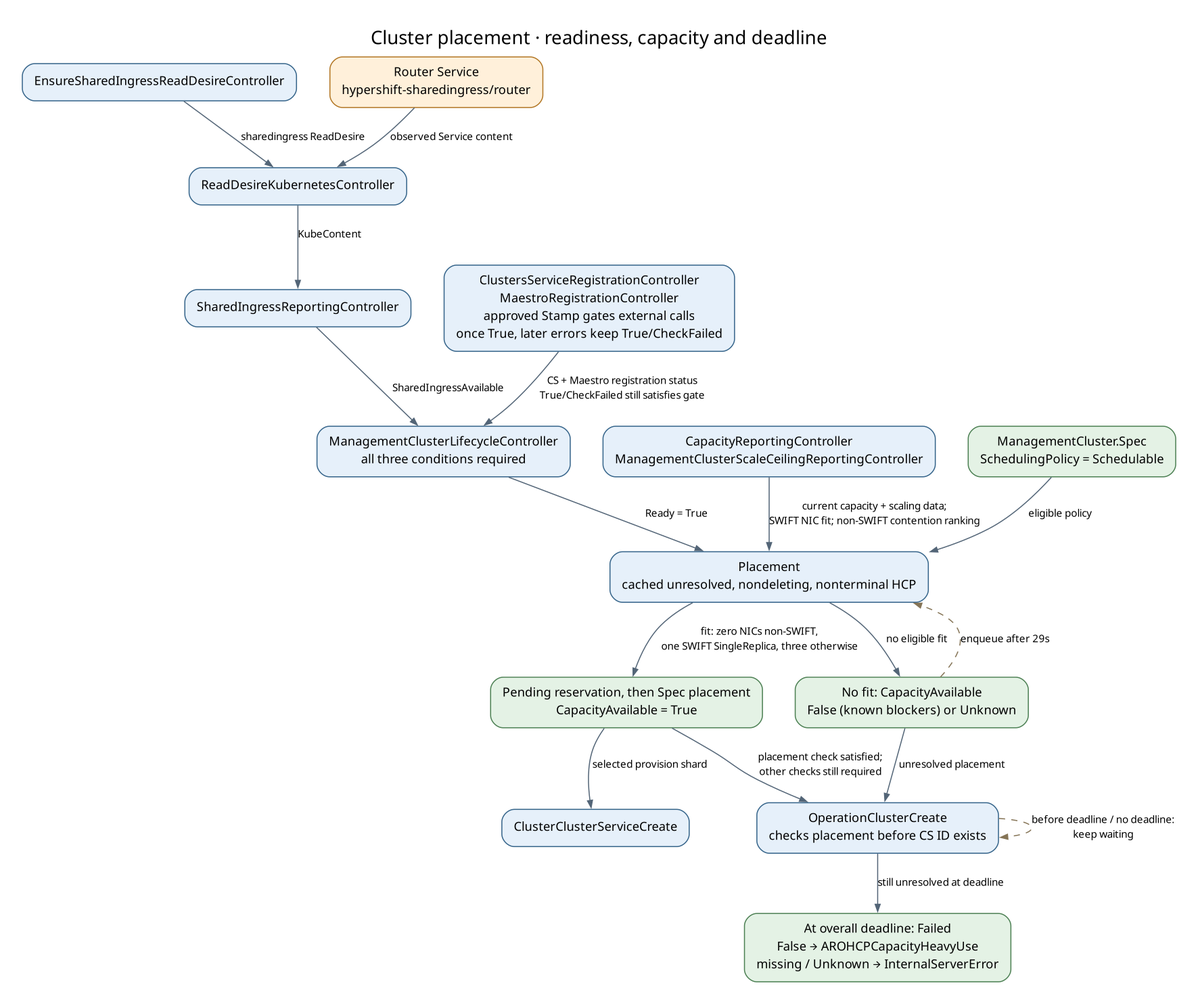
This is docs/generated/diagrams/controller-flows/fleet-placement.png from Azure/ARO-HCP, a Graphviz export, as it was before one commit. Its source is kept beside it as docs/generated/diagrams/controller-flows/fleet-placement.dot.
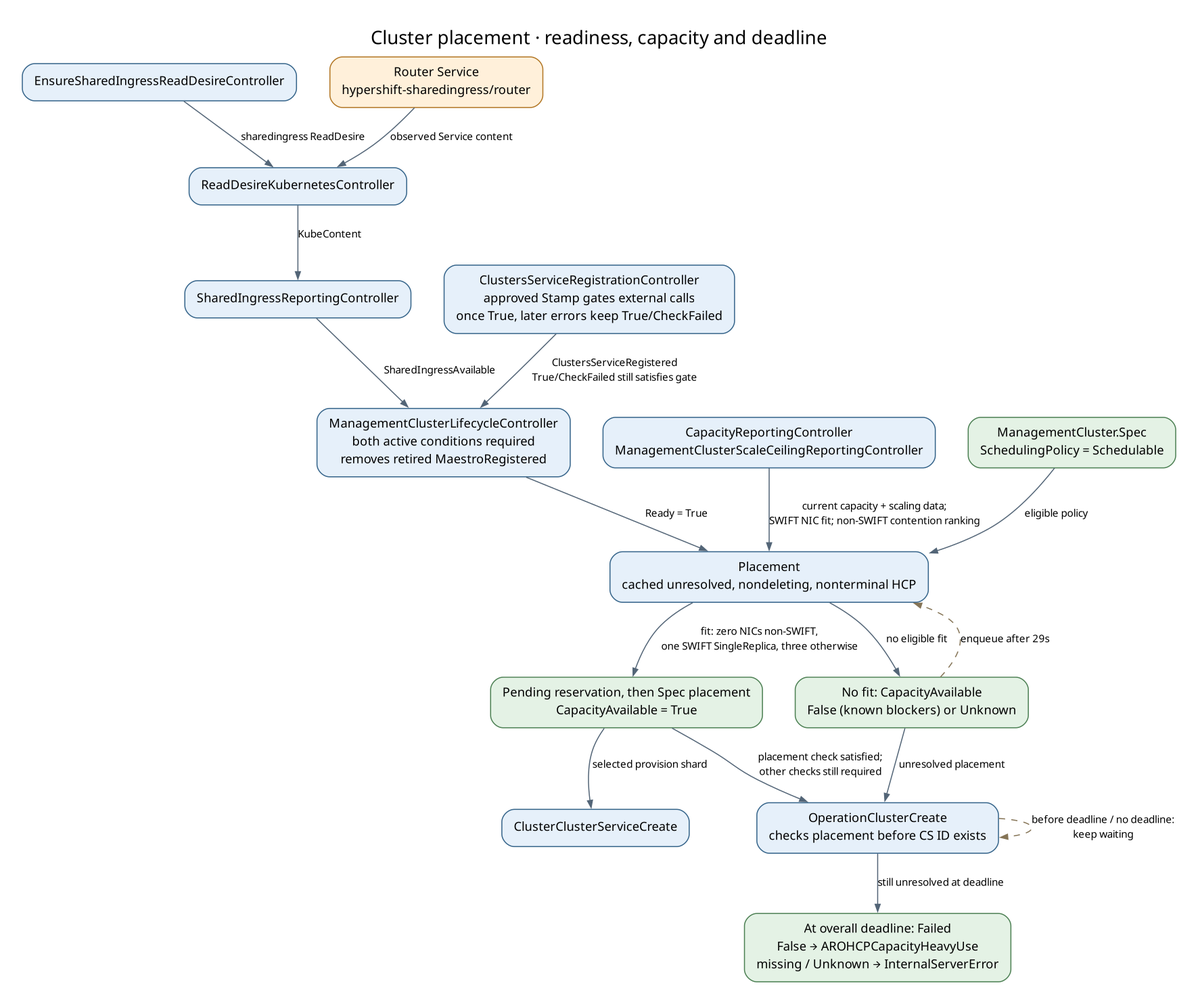
After the change.

Commit message:
docs: reconcile controller flows after Fleet registration retirement

Diff of the diagram source:
```diff
@@ -7,8 +7,8 @@
   service [label="Router Service\nhypershift-sharedingress/router", fillcolor="#fff0da", color="#b27624"];
   mirror [label="ReadDesireKubernetesController"];
   ingress [label="SharedIngressReportingController"];
-  registrations [label="ClustersServiceRegistrationController\nMaestroRegistrationController\napproved Stamp gates external calls\nonce True, later errors keep True/CheckFailed"];
-  lifecycle [label="ManagementClusterLifecycleController\nall three conditions required"];
+  registrations [label="ClustersServiceRegistrationController\napproved Stamp gates external calls\nonce True, later errors keep True/CheckFailed"];
+  lifecycle [label="ManagementClusterLifecycleController\nboth active conditions required\nremoves retired MaestroRegistered"];
   capacity [label="CapacityReportingController\nManagementClusterScaleCeilingReportingController"];
   policy [label="ManagementCluster.Spec\nSchedulingPolicy = Schedulable", fillcolor="#e4f2e5", color="#4c8053"];
   placement [label="Placement\ncached unresolved, nondeleting, nonterminal HCP"];
@@ -21,7 +21,7 @@
   service -> mirror [label="observed Service content"];
   mirror -> ingress [label="KubeContent"];
   ingress -> lifecycle [label="SharedIngressAvailable"];
-  registrations -> lifecycle [label="CS + Maestro registration status\nTrue/CheckFailed still satisfies gate"];
+  registrations -> lifecycle [label="ClustersServiceRegistered\nTrue/CheckFailed still satisfies gate"];
   lifecycle -> placement [label="Ready = True"];
   capacity -> placement [label="current capacity + scaling data;\nSWIFT NIC fit; non-SWIFT contention ranking"];
   policy -> placement [label="eligible policy"];
```
